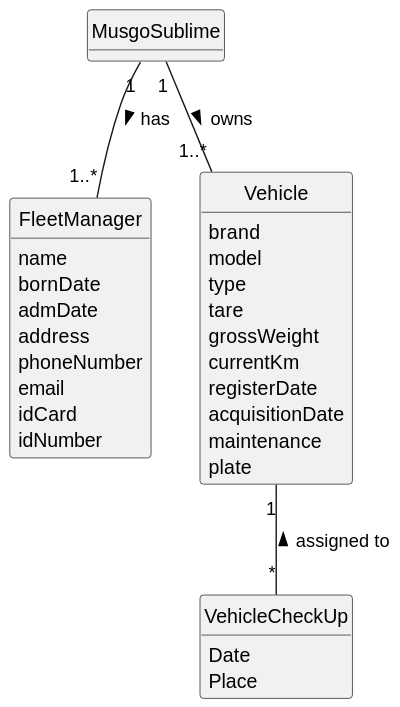
1231360-ISEP/lei-24-s2-1db-g021 keeps this PlantUML diagram as docs/sprintA/us008/02.analysis/svg/us008-domain-model.svg. Above is the earlier version.
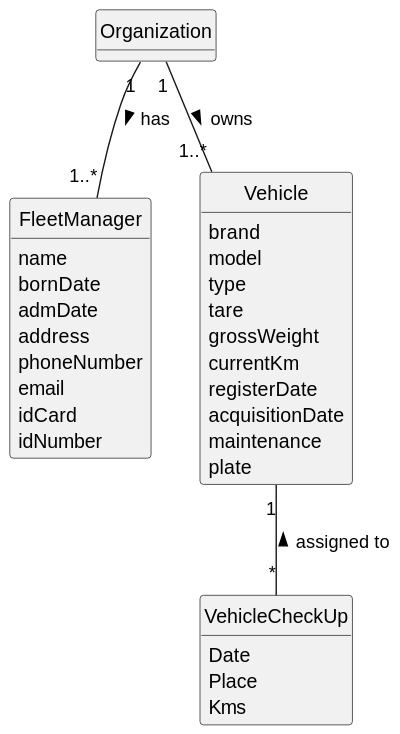
The same file after the commit.

Commit message:
Update US domain model and SVG

The edit, as a diff of the source:
```diff
@@ -10,8 +10,9 @@
 hide methods
 
 
-class MusgoSublime {
+class Organization {
 }
+
 class FleetManager {
     name
     bornDate
@@ -39,9 +40,10 @@
 class VehicleCheckUp {
     Date
     Place
+    Kms
 }
 
-MusgoSublime "1" -- "1..*" FleetManager : has >
-MusgoSublime "1" -- "1..*" Vehicle : owns >
+Organization "1" -- "1..*" FleetManager : has >
+Organization "1" -- "1..*" Vehicle : owns >
 Vehicle "1" -- "*" VehicleCheckUp : assigned to <
 @enduml
```
